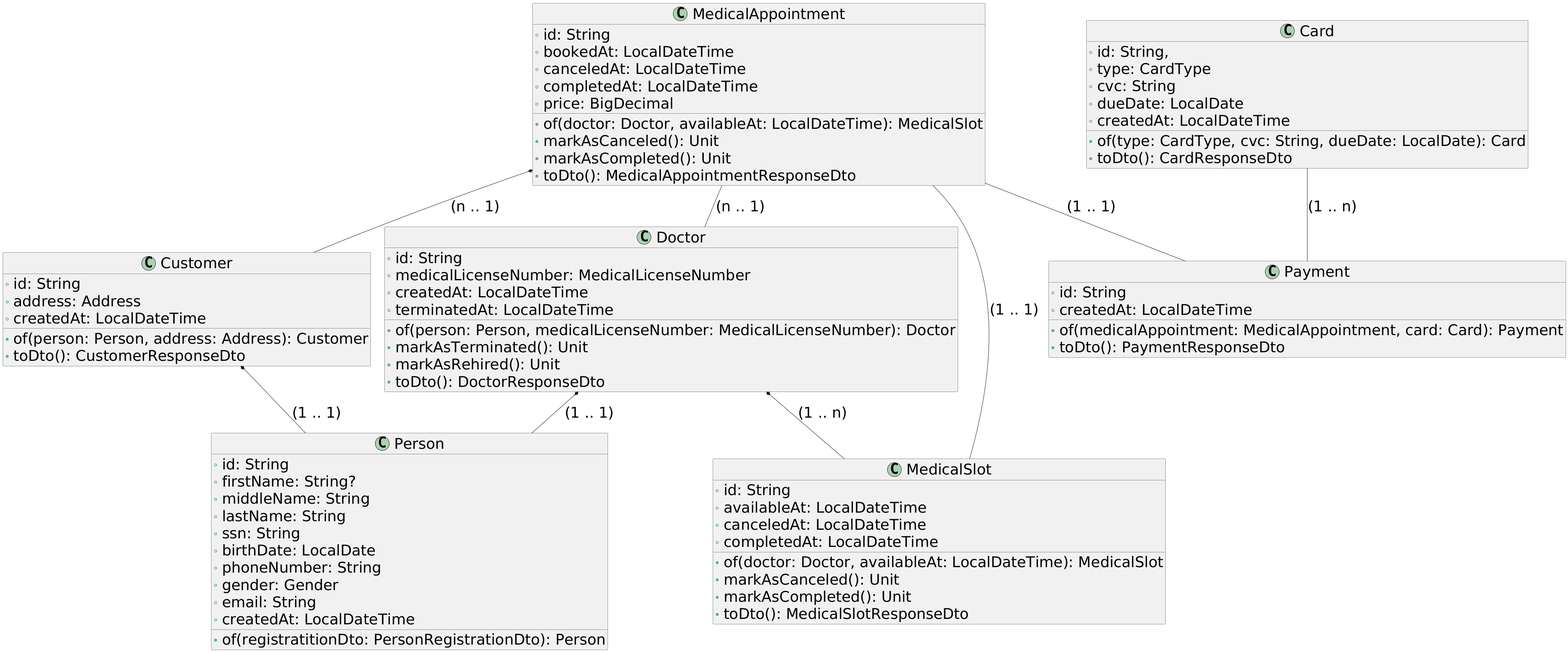
Above: figures/class_diagram.png in LazaroDamasceno/Dissertacao-Mestrado (PlantUML), before the change. Its diagram source:
```plantuml
@startuml
skinparam defaultFontSize 38

class "Person" {
 +id: String
 +firstName: String?
 +middleName: String
 +lastName: String
 +ssn: String
 +birthDate: LocalDate
 +phoneNumber: String
 +gender: Gender
 +email: String
 +createdAt: LocalDateTime

 +of(registratitionDto: PersonRegistrationDto): Person
}

class "Customer" {
 +id: String
 +address: Address
 +createdAt: LocalDateTime

 +of(person: Person, address: Address): Customer
 +toDto(): CustomerResponseDto
}

class "Doctor" {
 +id: String
 +medicalLicenseNumber: MedicalLicenseNumber
 +createdAt: LocalDateTime
 +terminatedAt: LocalDateTime

 +of(person: Person, medicalLicenseNumber: MedicalLicenseNumber): Doctor
 +markAsTerminated(): Unit
 +markAsRehired(): Unit
 +toDto(): DoctorResponseDto
}

class "MedicalSlot" {
  +id: String
  +availableAt: LocalDateTime
  +canceledAt: LocalDateTime
  +completedAt: LocalDateTime

  +of(doctor: Doctor, availableAt: LocalDateTime): MedicalSlot
  +markAsCanceled(): Unit
  +markAsCompleted(): Unit
  +toDto(): MedicalSlotResponseDto
}

class "MedicalAppointment" {
  +id: String
  +bookedAt: LocalDateTime
  +canceledAt: LocalDateTime
  +completedAt: LocalDateTime
  +price: BigDecimal

  +of(doctor: Doctor, availableAt: LocalDateTime): MedicalSlot
  +markAsCanceled(): Unit
  +markAsCompleted(): Unit
  +toDto(): MedicalAppointmentResponseDto
}

class "Card" {
  +id: String,
  +type: CardType
  +cvc: String
  +dueDate: LocalDate
  +createdAt: LocalDateTime

  +of(type: CardType, cvc: String, dueDate: LocalDate): Card
  +toDto(): CardResponseDto
}

class "Payment" {
  +id: String
  +createdAt: LocalDateTime

  + of(medicalAppointment: MedicalAppointment, card: Card): Payment
  +toDto(): PaymentResponseDto
}

Customer *-- Person: "(1 .. 1)"
Doctor *-- Person: "(1 .. 1)"
Doctor *-- MedicalSlot: "(1 .. n)"
MedicalAppointment -- Doctor: "(n .. 1)"
MedicalAppointment *-- Customer: "(n .. 1)"
MedicalSlot -- MedicalAppointment: "(1 .. 1)"
Card -- Payment: "(1 .. n)"
MedicalAppointment -- Payment: "(1 .. 1)"
@enduml
```
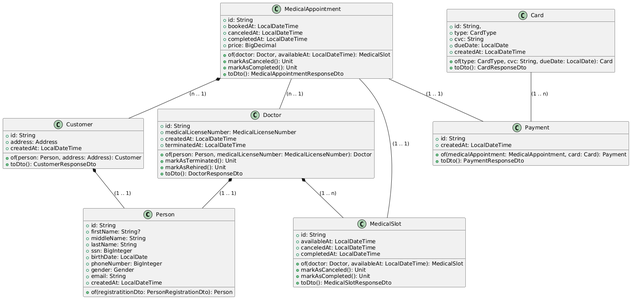
Later version of the same file.

The edit, as a diff of the source:
```diff
@@ -1,14 +1,12 @@
 @startuml
-skinparam defaultFontSize 38
-
 class "Person" {
  +id: String
  +firstName: String?
  +middleName: String
  +lastName: String
- +ssn: String
+ +ssn: BigInteger
  +birthDate: LocalDate
- +phoneNumber: String
+ +phoneNumber: BigInteger
  +gender: Gender
  +email: String
  +createdAt: LocalDateTime
```
